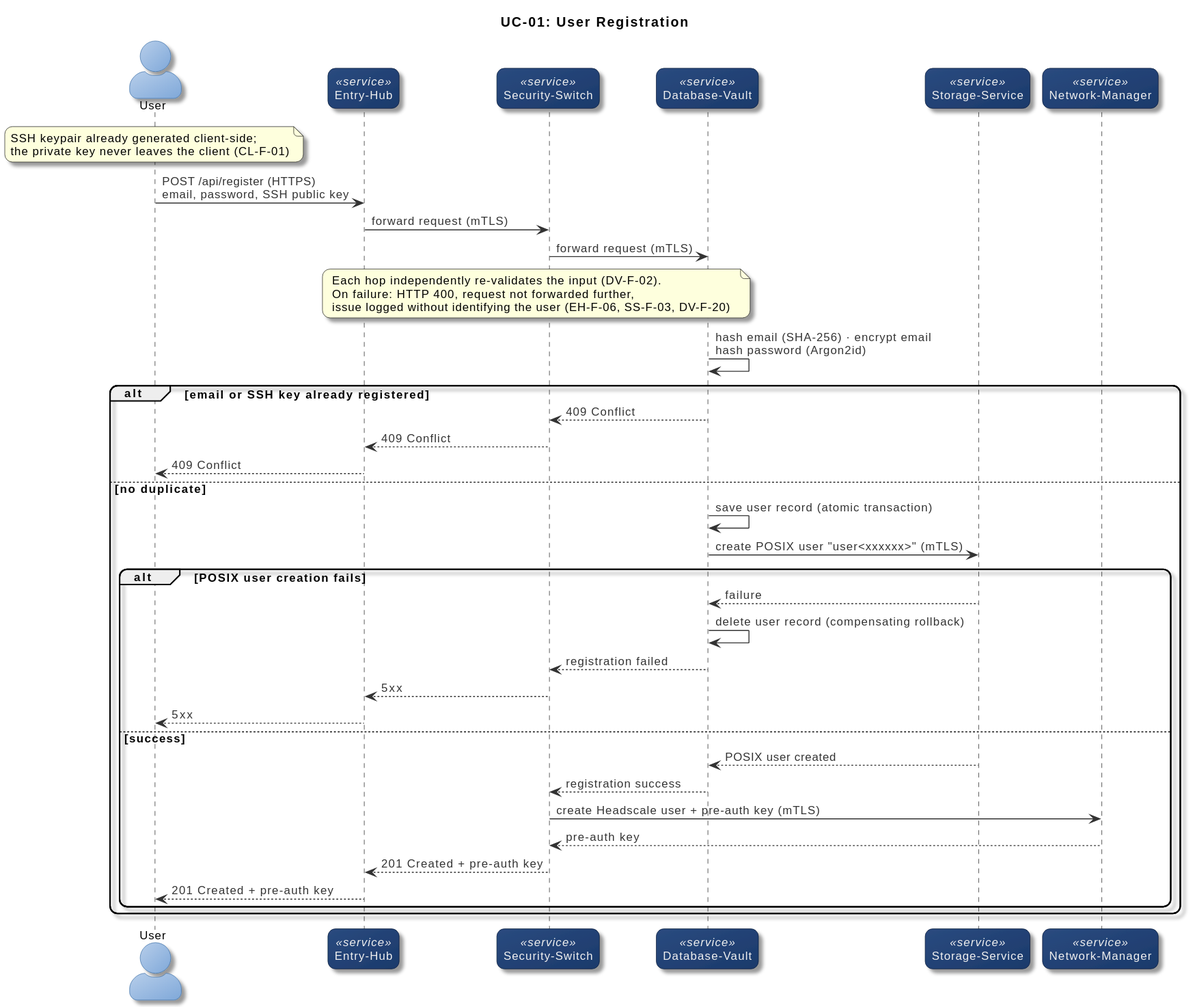
Verryx-02/RAM-USB keeps this PlantUML diagram as docs/design/diagrams/rendered/03-usecases-sequence-uc01-registration.svg. Above is the earlier version. Source of this version:
```plantuml
@startuml
!include _style.puml

title UC-01: User Registration

actor User
participant "Entry-Hub" as EH <<service>>
participant "Security-Switch" as SS <<service>>
participant "Database-Vault" as DV <<service>>
participant "Storage-Service" as ST <<service>>
participant "Network-Manager" as NM <<service>>

note over User
  SSH keypair already generated client-side;
  the private key never leaves the client (CL-F-01)
end note

User -> EH : POST /api/register (HTTPS)\nemail, password, SSH public key
EH -> SS : forward request (mTLS)
SS -> DV : forward request (mTLS)

note over EH, DV
  Each hop independently re-validates the input (DV-F-02).
  On failure: HTTP 400, request not forwarded further,
  issue logged without identifying the user (EH-F-06, SS-F-03, DV-F-20)
end note

DV -> DV : hash email (SHA-256) · encrypt email\nhash password (Argon2id)

alt email or SSH key already registered
  DV --> SS : 409 Conflict
  SS --> EH : 409 Conflict
  EH --> User : 409 Conflict
else no duplicate
  DV -> DV : save user record (atomic transaction)
  DV -> ST : create POSIX user "user<xxxxxx>" (mTLS)

  alt POSIX user creation fails
    ST --> DV : failure
    DV -> DV : delete user record (compensating rollback)
    DV --> SS : registration failed
    SS --> EH : 5xx
    EH --> User : 5xx
  else success
    ST --> DV : POSIX user created
    DV --> SS : registration success
    SS -> NM : create Headscale user + pre-auth key (mTLS)
    NM --> SS : pre-auth key
    SS --> EH : 201 Created + pre-auth key
    EH --> User : 201 Created + pre-auth key
  end
end
@enduml
```
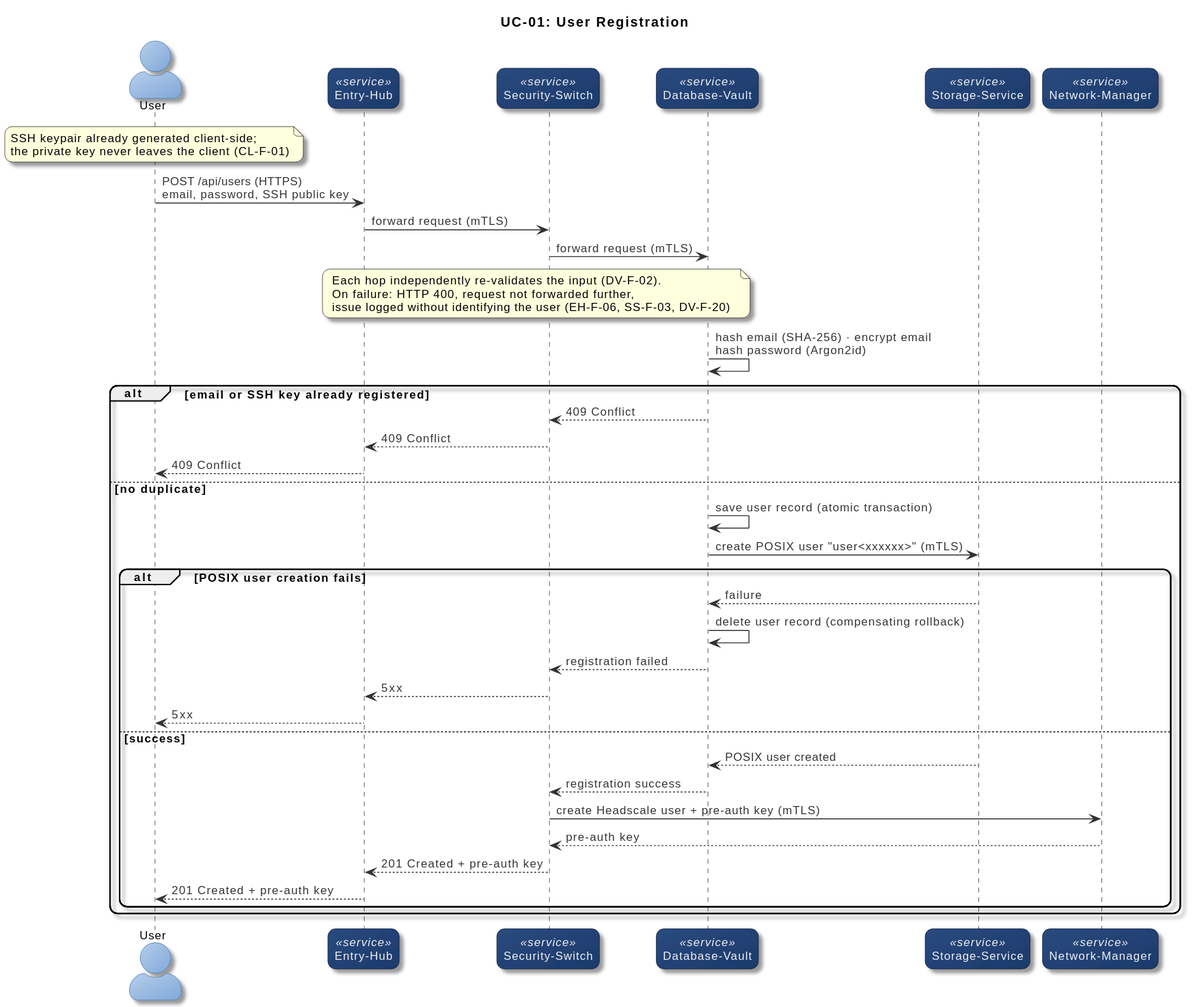
The same file after the commit.

Commit message:
docs(project): update UC-01 registration sequence diagram's client request label to POST /api/users (EH-F-02, CL-F-02, UC-01)

Diff of the diagram source:
```diff
@@ -15,7 +15,7 @@
   the private key never leaves the client (CL-F-01)
 end note
 
-User -> EH : POST /api/register (HTTPS)\nemail, password, SSH public key
+User -> EH : POST /api/users (HTTPS)\nemail, password, SSH public key
 EH -> SS : forward request (mTLS)
 SS -> DV : forward request (mTLS)
 
```
